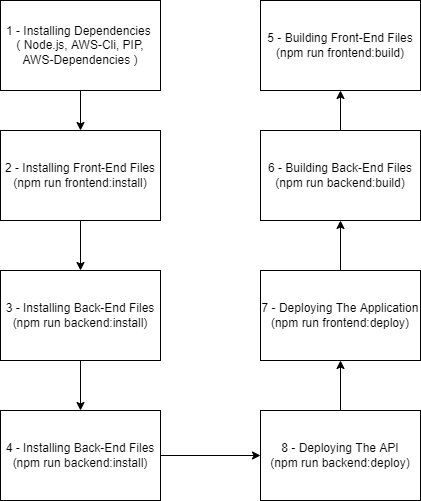
Above: Documentation/Pipeline Process.png in ramxpaul/udacityFinalProject (draw.io), before the change. Source tidied: cells renumbered, new cells last; positions are measured from the earlier drawing's top-left corner, leaving out a move shared by most shapes.
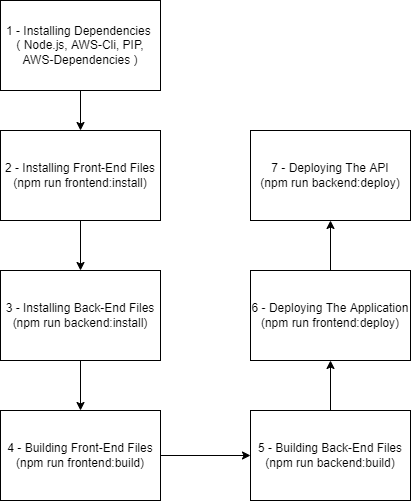
After the change.

Change to the diagram source:
```diff
@@ -16,40 +16,34 @@
     <mxCell id="5" value="2 - Installing Front-End Files&lt;br&gt;(npm run frontend:install)" style="rounded=0;whiteSpace=wrap;html=1;" parent="1" vertex="1">
       <mxGeometry y="130" width="160" height="90" as="geometry" />
     </mxCell>
-    <mxCell id="6" style="edgeStyle=orthogonalEdgeStyle;rounded=0;jettySize=auto;html=1;" parent="1" edge="1" source="7" target="9">
-      <mxGeometry relative="1" as="geometry" />
+    <mxCell id="6" style="edgeStyle=orthogonalEdgeStyle;rounded=0;jettySize=auto;html=1;" parent="1" edge="1" source="7">
+      <mxGeometry relative="1" as="geometry">
+        <mxPoint x="80" y="410" as="targetPoint" />
+      </mxGeometry>
     </mxCell>
     <mxCell id="7" value="3 - Installing Back-End Files&lt;br&gt;(npm run backend:install)" style="rounded=0;whiteSpace=wrap;html=1;" parent="1" vertex="1">
       <mxGeometry y="270" width="160" height="90" as="geometry" />
     </mxCell>
-    <mxCell id="8" style="edgeStyle=orthogonalEdgeStyle;rounded=0;jettySize=auto;html=1;" parent="1" edge="1" source="9" target="14">
-      <mxGeometry relative="1" as="geometry" />
-    </mxCell>
-    <mxCell id="9" value="4 - Installing Back-End Files&lt;br&gt;(npm run backend:install)" style="rounded=0;whiteSpace=wrap;html=1;" parent="1" vertex="1">
-      <mxGeometry y="410" width="160" height="90" as="geometry" />
-    </mxCell>
+    <mxCell id="17" style="edgeStyle=orthogonalEdgeStyle;rounded=0;jettySize=auto;html=1;" parent="1" edge="1" source="10" target="12">
+      <mxGeometry relative="1" as="geometry" />
+    </mxCell>
-    <mxCell id="10" value="5 - Building Front-End Files&lt;br&gt;(npm run frontend:build)" style="rounded=0;whiteSpace=wrap;html=1;" parent="1" vertex="1">
-      <mxGeometry x="260" width="160" height="90" as="geometry" />
+    <mxCell id="10" value="4 - Building Front-End Files&lt;br&gt;(npm run frontend:build)" style="rounded=0;whiteSpace=wrap;html=1;" parent="1" vertex="1">
+      <mxGeometry y="410" width="160" height="90" as="geometry" />
     </mxCell>
-    <mxCell id="11" style="edgeStyle=orthogonalEdgeStyle;rounded=0;jettySize=auto;html=1;" parent="1" edge="1" source="12">
-      <mxGeometry relative="1" as="geometry">
-        <mxPoint x="340" y="90" as="targetPoint" />
-      </mxGeometry>
-    </mxCell>
+    <mxCell id="18" style="edgeStyle=orthogonalEdgeStyle;rounded=0;jettySize=auto;html=1;" parent="1" edge="1" source="12" target="16">
+      <mxGeometry relative="1" as="geometry" />
+    </mxCell>
-    <mxCell id="12" value="6 - Building Back-End Files&lt;br&gt;(npm run backend:build)" style="rounded=0;whiteSpace=wrap;html=1;" parent="1" vertex="1">
-      <mxGeometry x="260" y="130" width="160" height="90" as="geometry" />
+    <mxCell id="12" value="5 - Building Back-End Files&lt;br&gt;(npm run backend:build)" style="rounded=0;whiteSpace=wrap;html=1;" parent="1" vertex="1">
+      <mxGeometry x="250" y="410" width="160" height="90" as="geometry" />
     </mxCell>
-    <mxCell id="13" style="edgeStyle=orthogonalEdgeStyle;rounded=0;jettySize=auto;html=1;" parent="1" edge="1" source="14" target="16">
-      <mxGeometry relative="1" as="geometry" />
-    </mxCell>
-    <mxCell id="14" value="8 - Deploying The API&lt;br&gt;(npm run backend:deploy)" style="rounded=0;whiteSpace=wrap;html=1;" parent="1" vertex="1">
-      <mxGeometry x="260" y="410" width="160" height="90" as="geometry" />
+    <mxCell id="14" value="7 - Deploying The API&lt;br&gt;(npm run backend:deploy)" style="rounded=0;whiteSpace=wrap;html=1;" parent="1" vertex="1">
+      <mxGeometry x="250" y="130" width="160" height="90" as="geometry" />
     </mxCell>
-    <mxCell id="15" style="edgeStyle=orthogonalEdgeStyle;rounded=0;jettySize=auto;html=1;" parent="1" edge="1" source="16" target="12">
-      <mxGeometry relative="1" as="geometry" />
-    </mxCell>
+    <mxCell id="19" style="edgeStyle=orthogonalEdgeStyle;rounded=0;jettySize=auto;html=1;" parent="1" edge="1" source="16" target="14">
+      <mxGeometry relative="1" as="geometry" />
+    </mxCell>
-    <mxCell id="16" value="7 - Deploying The Application&lt;br&gt;(npm run frontend:deploy)" style="rounded=0;whiteSpace=wrap;html=1;" parent="1" vertex="1">
-      <mxGeometry x="260" y="270" width="160" height="90" as="geometry" />
+    <mxCell id="16" value="6 - Deploying The Application&lt;br&gt;(npm run frontend:deploy)" style="rounded=0;whiteSpace=wrap;html=1;" parent="1" vertex="1">
+      <mxGeometry x="250" y="270" width="160" height="90" as="geometry" />
     </mxCell>
   </root>
 </mxGraphModel>
```
